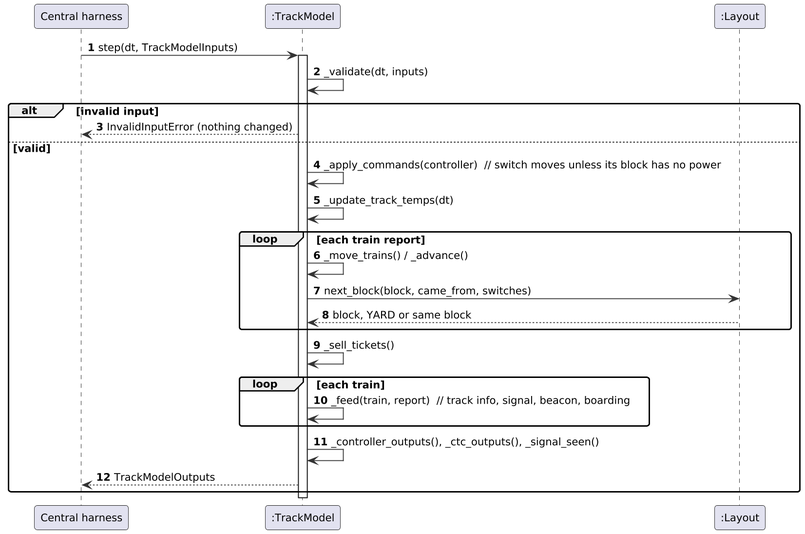
This is documents/uml/track_model/sd15_tick.png from Landiss04/Track-Overflow, a PlantUML export, as it was before one commit.
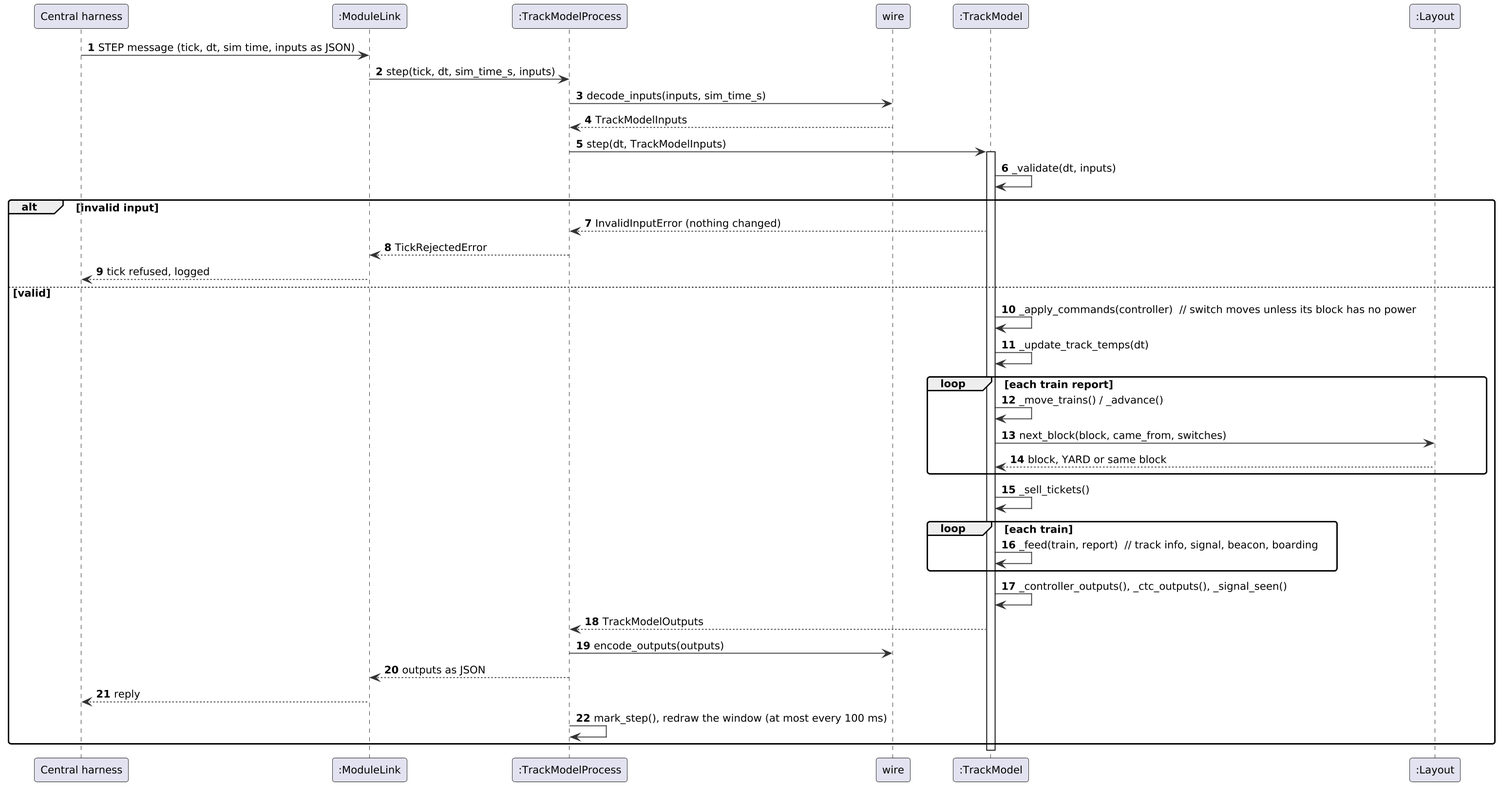
After the change.

The edit, as a diff of the source:
```diff
@@ -10,13 +10,22 @@
 skinparam ParticipantPadding 20
 autonumber
 participant "Central harness" as H
+participant ":ModuleLink" as ML
+participant ":TrackModelProcess" as P
+participant "wire" as W
 participant ":TrackModel" as TM
 participant ":Layout" as L
-H -> TM : step(dt, TrackModelInputs)
+H -> ML : STEP message (tick, dt, sim time, inputs as JSON)
+ML -> P : step(tick, dt, sim_time_s, inputs)
+P -> W : decode_inputs(inputs, sim_time_s)
+W --> P : TrackModelInputs
+P -> TM : step(dt, TrackModelInputs)
 activate TM
 TM -> TM : _validate(dt, inputs)
 alt invalid input
-  TM --> H : InvalidInputError (nothing changed)
+  TM --> P : InvalidInputError (nothing changed)
+  P --> ML : TickRejectedError
+  ML --> H : tick refused, logged
 else valid
   TM -> TM : _apply_commands(controller)  // switch moves unless its block has no power
   TM -> TM : _update_track_temps(dt)
@@ -30,7 +39,11 @@
     TM -> TM : _feed(train, report)  // track info, signal, beacon, boarding
   end
   TM -> TM : _controller_outputs(), _ctc_outputs(), _signal_seen()
-  TM --> H : TrackModelOutputs
+  TM --> P : TrackModelOutputs
+  P -> W : encode_outputs(outputs)
+  P --> ML : outputs as JSON
+  ML --> H : reply
+  P -> P : mark_step(), redraw the window (at most every 100 ms)
 end
 deactivate TM
 @enduml
```
